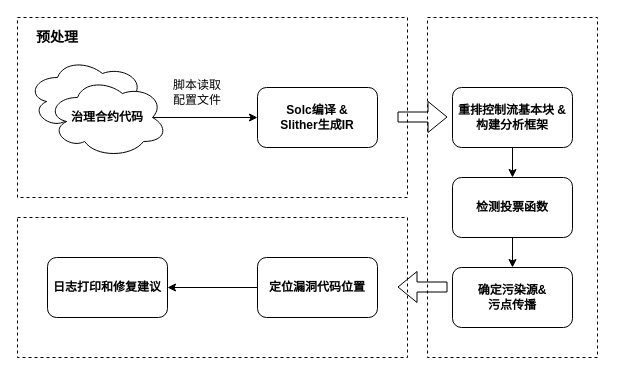
Above: patent.drawio in bossjoker1/Assembly (draw.io), before the change. Source tidied: cells renumbered, new cells numbered last; positions are measured from the earlier drawing's top-left corner, leaving out a move shared by most shapes. Both pictures are drawn from the tidied source at 100%, with x=0, y=0 at pixel (17, 17).
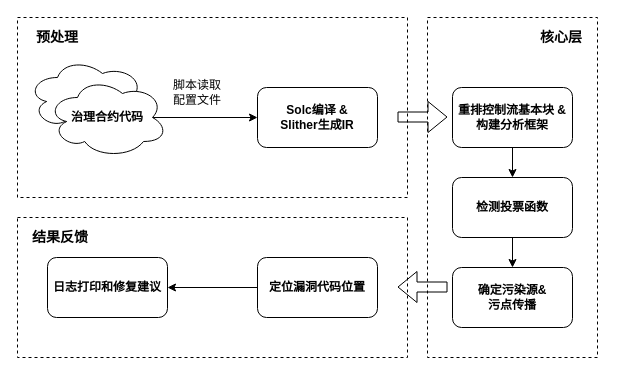
Above is the later version.

The edit, as a diff of the source:
```diff
@@
+    <mxCell id="21" value="核心层" style="text;html=1;strokeColor=none;fillColor=none;align=center;verticalAlign=middle;whiteSpace=wrap;rounded=0;fontStyle=1;fontSize=14;" parent="1" vertex="1">
+      <mxGeometry x="504" width="80" height="40" as="geometry" />
+    </mxCell>
+    <mxCell id="22" value="结果反馈" style="text;html=1;strokeColor=none;fillColor=none;align=center;verticalAlign=middle;whiteSpace=wrap;rounded=0;fontStyle=1;fontSize=14;" parent="1" vertex="1">
+      <mxGeometry x="3" y="200" width="80" height="40" as="geometry" />
+    </mxCell>
```
